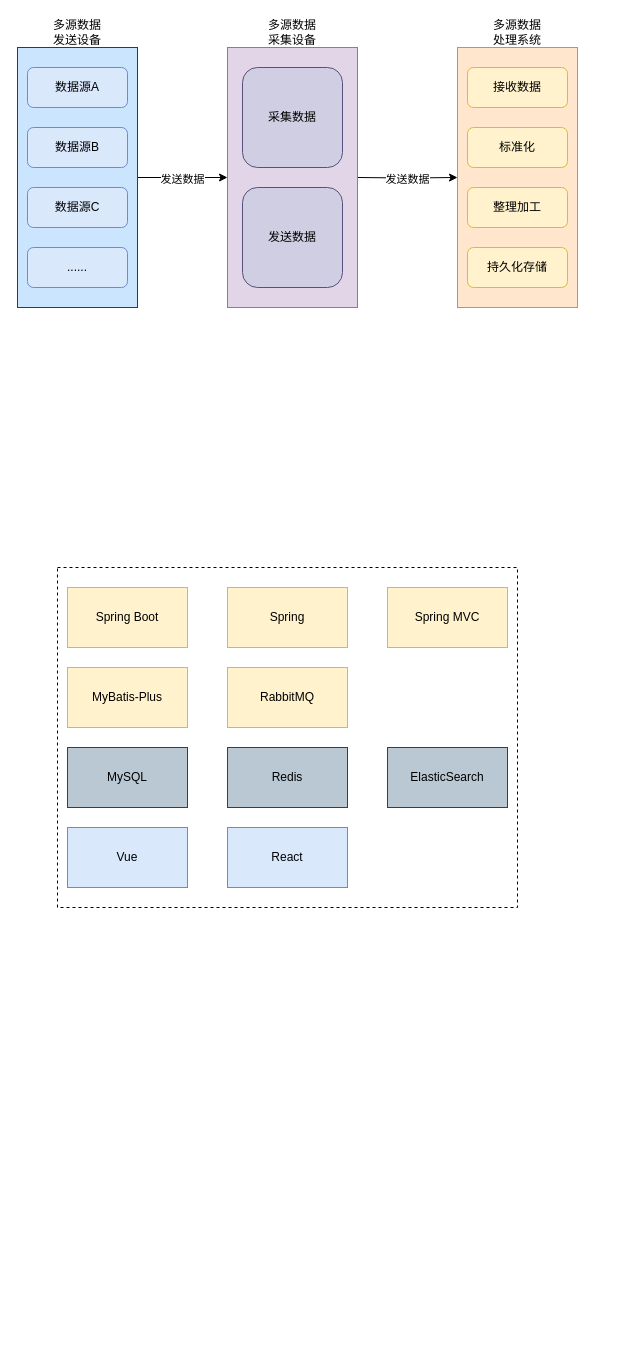
Above: 多源系统图.drawio in Thesis7/review--master (draw.io), before the change. Source tidied: cells renumbered, new cells numbered last; positions are measured from the earlier drawing's top-left corner, leaving out a move shared by most shapes. Both pictures are drawn from the tidied source at 100%, with x=0, y=0 at pixel (17, 17).
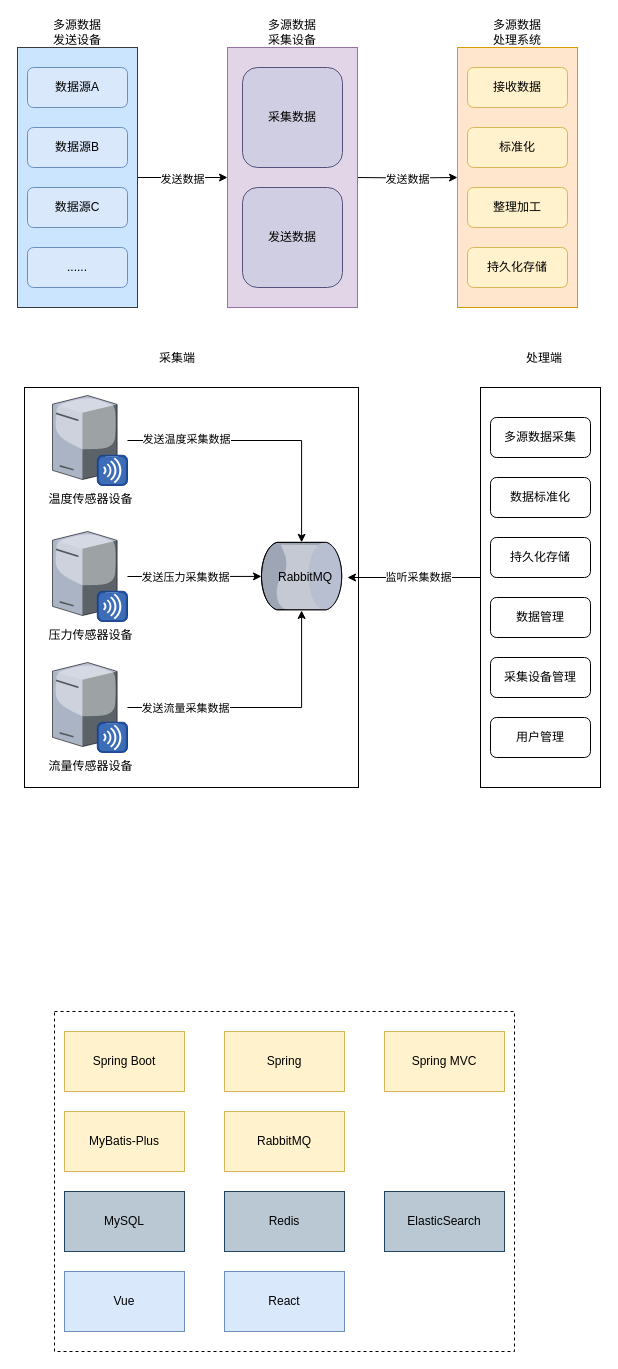
Above is the later version.

Commit message:
更新多源系统图.drawio

Diff of the diagram source:
```diff
@@
+    <mxCell id="33" style="rounded=0;whiteSpace=wrap;html=1;" parent="1" vertex="1">
+      <mxGeometry x="7" y="370" width="334" height="400" as="geometry" />
+    </mxCell>
     <mxCell id="2" style="rounded=0;whiteSpace=wrap;html=1;dashed=1;" parent="1" vertex="1">
-      <mxGeometry x="40" y="550" width="460" height="340" as="geometry" />
+      <mxGeometry x="37" y="994" width="460" height="340" as="geometry" />
     </mxCell>
@@
     <mxCell id="23" value="Spring Boot" style="rounded=0;whiteSpace=wrap;html=1;fillColor=#fff2cc;strokeColor=#d6b656;" parent="1" vertex="1">
-      <mxGeometry x="50" y="570" width="120" height="60" as="geometry" />
+      <mxGeometry x="47" y="1014" width="120" height="60" as="geometry" />
     </mxCell>
     <mxCell id="24" value="Spring" style="rounded=0;whiteSpace=wrap;html=1;fillColor=#fff2cc;strokeColor=#d6b656;" parent="1" vertex="1">
-      <mxGeometry x="210" y="570" width="120" height="60" as="geometry" />
+      <mxGeometry x="207" y="1014" width="120" height="60" as="geometry" />
     </mxCell>
     <mxCell id="25" value="Spring MVC" style="rounded=0;whiteSpace=wrap;html=1;fillColor=#fff2cc;strokeColor=#d6b656;" parent="1" vertex="1">
-      <mxGeometry x="370" y="570" width="120" height="60" as="geometry" />
+      <mxGeometry x="367" y="1014" width="120" height="60" as="geometry" />
     </mxCell>
     <mxCell id="26" value="MyBatis-Plus" style="rounded=0;whiteSpace=wrap;html=1;fillColor=#fff2cc;strokeColor=#d6b656;" parent="1" vertex="1">
-      <mxGeometry x="50" y="650" width="120" height="60" as="geometry" />
+      <mxGeometry x="47" y="1094" width="120" height="60" as="geometry" />
     </mxCell>
     <mxCell id="27" value="MySQL" style="rounded=0;whiteSpace=wrap;html=1;fillColor=#bac8d3;strokeColor=#23445d;" parent="1" vertex="1">
-      <mxGeometry x="50" y="730" width="120" height="60" as="geometry" />
+      <mxGeometry x="47" y="1174" width="120" height="60" as="geometry" />
     </mxCell>
     <mxCell id="28" value="Redis" style="rounded=0;whiteSpace=wrap;html=1;fillColor=#bac8d3;strokeColor=#23445d;" parent="1" vertex="1">
-      <mxGeometry x="210" y="730" width="120" height="60" as="geometry" />
+      <mxGeometry x="207" y="1174" width="120" height="60" as="geometry" />
     </mxCell>
     <mxCell id="29" value="ElasticSearch" style="rounded=0;whiteSpace=wrap;html=1;fillColor=#bac8d3;strokeColor=#23445d;" parent="1" vertex="1">
-      <mxGeometry x="370" y="730" width="120" height="60" as="geometry" />
+      <mxGeometry x="367" y="1174" width="120" height="60" as="geometry" />
     </mxCell>
     <mxCell id="30" value="RabbitMQ" style="rounded=0;whiteSpace=wrap;html=1;fillColor=#fff2cc;strokeColor=#d6b656;" parent="1" vertex="1">
-      <mxGeometry x="210" y="650" width="120" height="60" as="geometry" />
+      <mxGeometry x="207" y="1094" width="120" height="60" as="geometry" />
     </mxCell>
     <mxCell id="31" value="Vue" style="rounded=0;whiteSpace=wrap;html=1;fillColor=#dae8fc;strokeColor=#6c8ebf;" parent="1" vertex="1">
-      <mxGeometry x="50" y="810" width="120" height="60" as="geometry" />
+      <mxGeometry x="47" y="1254" width="120" height="60" as="geometry" />
     </mxCell>
     <mxCell id="32" value="React" style="rounded=0;whiteSpace=wrap;html=1;fillColor=#dae8fc;strokeColor=#6c8ebf;" parent="1" vertex="1">
-      <mxGeometry x="210" y="810" width="120" height="60" as="geometry" />
+      <mxGeometry x="207" y="1254" width="120" height="60" as="geometry" />
     </mxCell>
+    <mxCell id="34" style="edgeStyle=orthogonalEdgeStyle;rounded=0;jettySize=auto;html=1;" parent="1" edge="1" source="36" target="43">
+      <mxGeometry relative="1" as="geometry" />
+    </mxCell>
+    <mxCell id="35" value="发送温度采集数据" style="edgeLabel;html=1;align=center;verticalAlign=middle;" parent="34" vertex="1">
+      <mxGeometry x="-0.58" y="2" relative="1" as="geometry" />
+    </mxCell>
+    <mxCell id="36" value="温度传感器设备" style="verticalLabelPosition=bottom;sketch=0;html=1;verticalAlign=top;strokeColor=none;align=center;outlineConnect=0;shape=mxgraph.citrix.merchandising_server;" parent="1" vertex="1">
+      <mxGeometry x="35" y="378" width="75" height="90" as="geometry" />
+    </mxCell>
+    <mxCell id="37" style="edgeStyle=orthogonalEdgeStyle;rounded=0;jettySize=auto;html=1;" parent="1" edge="1" source="39" target="43">
+      <mxGeometry relative="1" as="geometry" />
+    </mxCell>
+    <mxCell id="38" value="发送压力采集数据" style="edgeLabel;html=1;align=center;verticalAlign=middle;" parent="37" vertex="1">
+      <mxGeometry x="-0.63" y="-2" relative="1" as="geometry">
+        <mxPoint x="32" y="-2" as="offset" />
+      </mxGeometry>
+    </mxCell>
+    <mxCell id="39" value="压力传感器设备" style="verticalLabelPosition=bottom;sketch=0;html=1;verticalAlign=top;strokeColor=none;align=center;outlineConnect=0;shape=mxgraph.citrix.merchandising_server;" parent="1" vertex="1">
+      <mxGeometry x="35" y="514" width="75" height="90" as="geometry" />
+    </mxCell>
+    <mxCell id="40" style="edgeStyle=orthogonalEdgeStyle;rounded=0;jettySize=auto;html=1;" parent="1" edge="1" source="42" target="43">
+      <mxGeometry relative="1" as="geometry" />
+    </mxCell>
+    <mxCell id="41" value="发送流量采集数据" style="edgeLabel;html=1;align=center;verticalAlign=middle;" parent="40" vertex="1">
+      <mxGeometry x="-0.65" relative="1" as="geometry">
+        <mxPoint x="10" as="offset" />
+      </mxGeometry>
+    </mxCell>
+    <mxCell id="42" value="流量传感器设备" style="verticalLabelPosition=bottom;sketch=0;html=1;verticalAlign=top;strokeColor=none;align=center;outlineConnect=0;shape=mxgraph.citrix.merchandising_server;" parent="1" vertex="1">
+      <mxGeometry x="35" y="645" width="75" height="90" as="geometry" />
+    </mxCell>
+    <mxCell id="43" style="verticalLabelPosition=bottom;sketch=0;html=1;verticalAlign=top;strokeColor=none;align=center;outlineConnect=0;shape=mxgraph.citrix.database;rotation=90;" parent="1" vertex="1">
+      <mxGeometry x="250" y="518.8" width="68.2" height="80.2" as="geometry" />
+    </mxCell>
+    <mxCell id="44" value="RabbitMQ" style="text;html=1;align=center;verticalAlign=middle;whiteSpace=wrap;rounded=0;" parent="1" vertex="1">
+      <mxGeometry x="258.1" y="544.5" width="60" height="30" as="geometry" />
+    </mxCell>
+    <mxCell id="45" style="rounded=0;whiteSpace=wrap;html=1;" parent="1" vertex="1">
+      <mxGeometry x="463" y="370" width="120" height="400" as="geometry" />
+    </mxCell>
+    <mxCell id="46" value="多源数据采集" style="rounded=1;whiteSpace=wrap;html=1;" parent="1" vertex="1">
+      <mxGeometry x="473" y="400" width="100" height="40" as="geometry" />
+    </mxCell>
+    <mxCell id="47" value="数据标准化" style="rounded=1;whiteSpace=wrap;html=1;" parent="1" vertex="1">
+      <mxGeometry x="473" y="460" width="100" height="40" as="geometry" />
+    </mxCell>
+    <mxCell id="48" value="持久化存储" style="rounded=1;whiteSpace=wrap;html=1;" parent="1" vertex="1">
+      <mxGeometry x="473" y="520" width="100" height="40" as="geometry" />
+    </mxCell>
+    <mxCell id="49" value="数据管理" style="rounded=1;whiteSpace=wrap;html=1;" parent="1" vertex="1">
+      <mxGeometry x="473" y="580" width="100" height="40" as="geometry" />
+    </mxCell>
+    <mxCell id="50" value="采集端" style="text;html=1;align=center;verticalAlign=middle;whiteSpace=wrap;rounded=0;" parent="1" vertex="1">
+      <mxGeometry x="130" y="326" width="60" height="30" as="geometry" />
+    </mxCell>
+    <mxCell id="51" style="edgeStyle=orthogonalEdgeStyle;rounded=0;jettySize=auto;html=1;exitX=0;exitY=0.5;exitDx=0;exitDy=0;entryX=0.967;entryY=0.475;entryDx=0;entryDy=0;entryPerimeter=0;" parent="1" edge="1" source="45" target="33">
+      <mxGeometry relative="1" as="geometry">
+        <Array as="points">
+          <mxPoint x="463" y="560" />
+        </Array>
+      </mxGeometry>
+    </mxCell>
+    <mxCell id="52" value="监听采集数据" style="edgeLabel;html=1;align=center;verticalAlign=middle;" parent="51" vertex="1">
+      <mxGeometry x="0.27" y="-2" relative="1" as="geometry">
+        <mxPoint x="18" y="1" as="offset" />
+      </mxGeometry>
+    </mxCell>
+    <mxCell id="53" value="采集设备管理" style="rounded=1;whiteSpace=wrap;html=1;" parent="1" vertex="1">
+      <mxGeometry x="473" y="640" width="100" height="40" as="geometry" />
+    </mxCell>
+    <mxCell id="54" value="用户管理" style="rounded=1;whiteSpace=wrap;html=1;" parent="1" vertex="1">
+      <mxGeometry x="473" y="700" width="100" height="40" as="geometry" />
+    </mxCell>
+    <mxCell id="55" value="处理端" style="text;html=1;align=center;verticalAlign=middle;whiteSpace=wrap;rounded=0;" parent="1" vertex="1">
+      <mxGeometry x="497" y="326" width="60" height="30" as="geometry" />
+    </mxCell>
```
